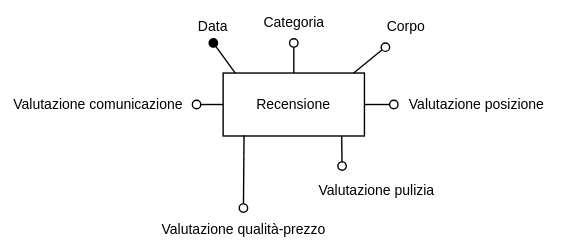
The draw.io diagram latex/resources/svg/page8.svg in eduardz1/Home-Booking, before a commit. Source tidied: cells renumbered, new cells last; positions are measured from the earlier drawing's top-left corner, leaving out a move shared by most shapes.
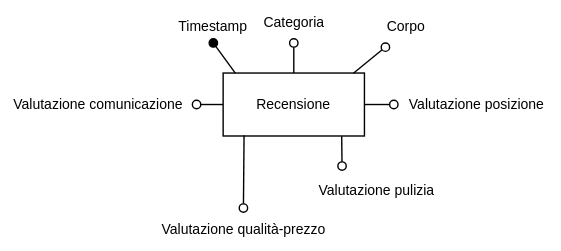
Above is the later version.

Change to the diagram source:
```diff
@@ -43,7 +43,7 @@
     <mxCell id="14" value="Corpo" style="text;html=1;strokeColor=none;fillColor=none;align=center;verticalAlign=middle;whiteSpace=wrap;rounded=0;fontSize=10;" parent="1" vertex="1">
       <mxGeometry x="260" y="3" width="60" height="30" as="geometry" />
     </mxCell>
-    <mxCell id="15" value="Data" style="text;html=1;strokeColor=none;fillColor=none;align=center;verticalAlign=middle;whiteSpace=wrap;rounded=0;fontSize=10;" parent="1" vertex="1">
+    <mxCell id="15" value="Timestamp" style="text;html=1;strokeColor=none;fillColor=none;align=center;verticalAlign=middle;whiteSpace=wrap;rounded=0;fontSize=10;" parent="1" vertex="1">
       <mxGeometry x="122" y="5" width="60" height="25" as="geometry" />
     </mxCell>
     <mxCell id="16" value="Categoria" style="text;html=1;strokeColor=none;fillColor=none;align=center;verticalAlign=middle;whiteSpace=wrap;rounded=0;fontSize=10;" parent="1" vertex="1">
```
